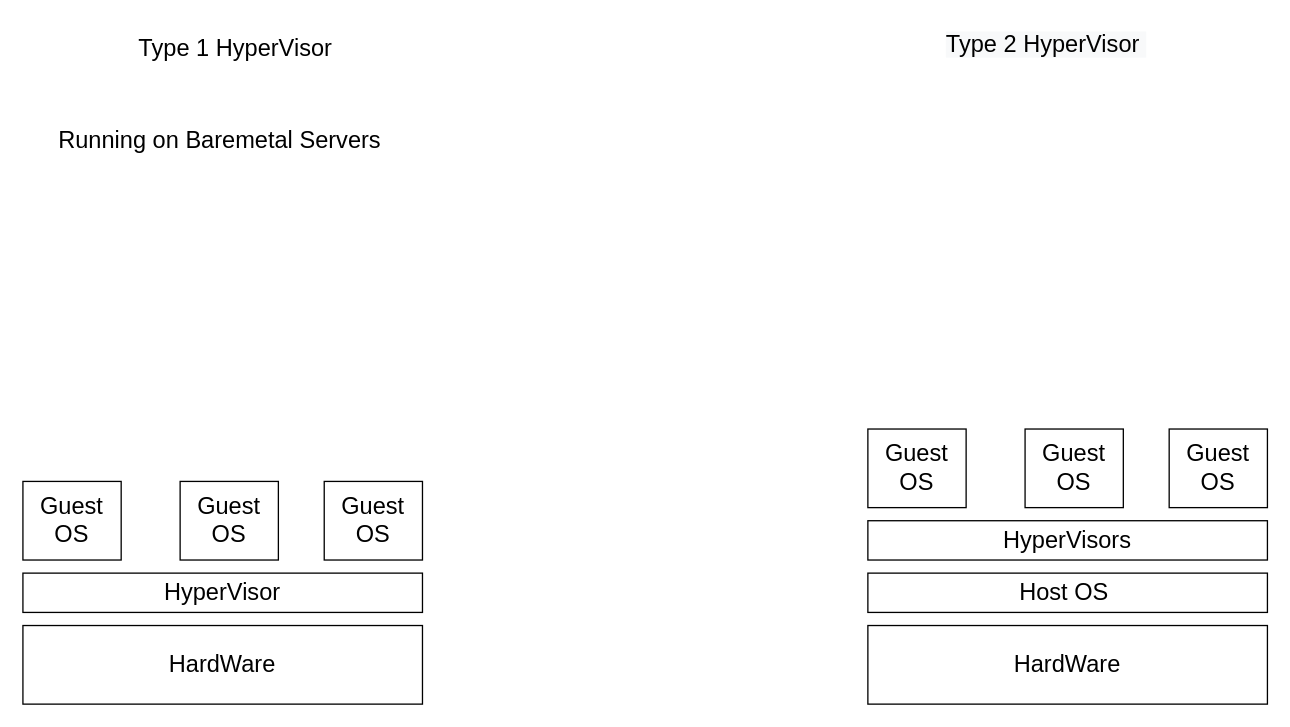
Earlier version of the draw.io diagram Untitled Diagram.drawio (ashutosh-roy/Digrams-Draw.io). Source tidied: cells renumbered, new cells numbered last; positions are measured from the earlier drawing's top-left corner, leaving out a move shared by most shapes. Both pictures are drawn from the tidied source at 131%, with x=0, y=0 at pixel (22, 22).
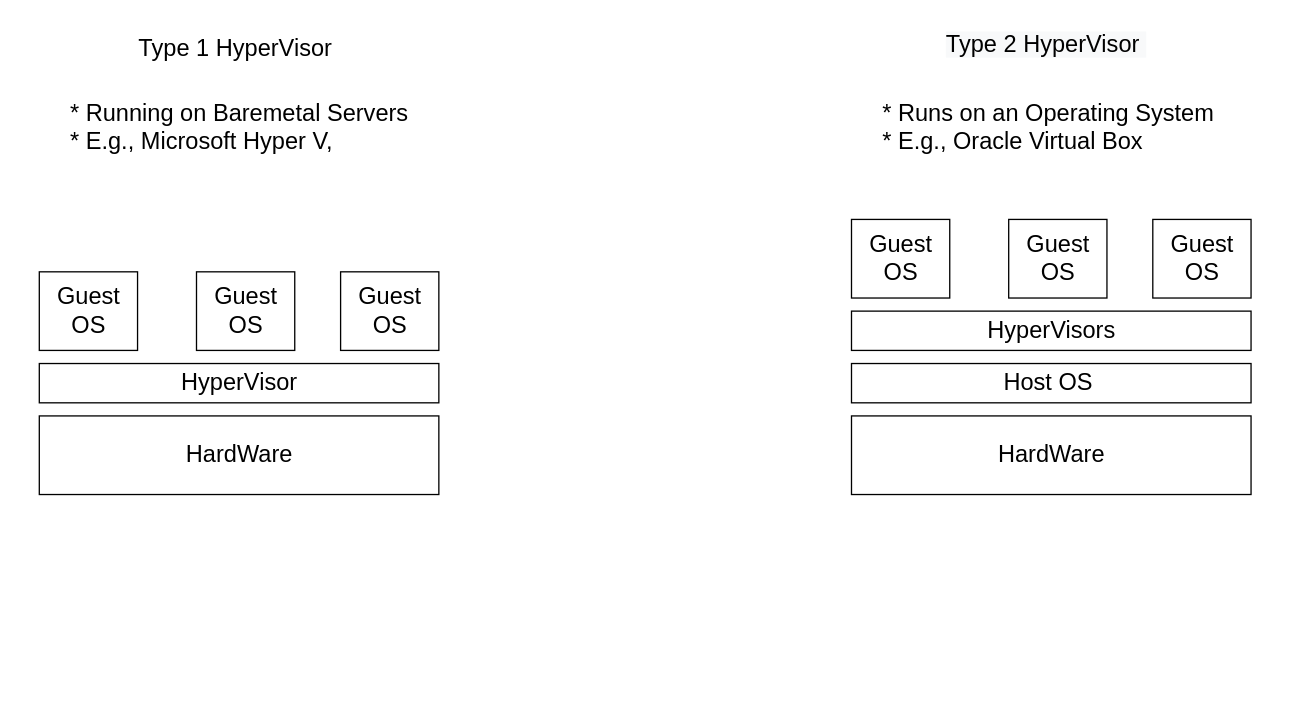
The same page after the edit.

Commit message:
hypervisor diagram added

Change to the diagram source:
```diff
@@
 <mxGraphModel>
   <root>
     <mxCell id="0" />
     <mxCell id="1" parent="0" />
     <mxCell id="2" value="&lt;font style=&quot;font-size: 18px;&quot;&gt;HardWare&lt;/font&gt;" style="rounded=0;whiteSpace=wrap;html=1;" parent="1" vertex="1">
-      <mxGeometry x="645" y="460" width="305" height="60" as="geometry" />
+      <mxGeometry x="632.5" y="300" width="305" height="60" as="geometry" />
     </mxCell>
     <mxCell id="3" value="&lt;font style=&quot;font-size: 18px;&quot;&gt;Type 1 HyperVisor&amp;nbsp;&lt;/font&gt;" style="text;html=1;strokeColor=none;fillColor=none;align=center;verticalAlign=middle;whiteSpace=wrap;rounded=0;" parent="1" vertex="1">
       <mxGeometry x="75" width="180" height="40" as="geometry" />
     </mxCell>
     <mxCell id="4" value="&lt;span style=&quot;color: rgb(0, 0, 0); font-family: Helvetica; font-size: 18px; font-style: normal; font-variant-ligatures: normal; font-variant-caps: normal; font-weight: 400; letter-spacing: normal; orphans: 2; text-align: center; text-indent: 0px; text-transform: none; widows: 2; word-spacing: 0px; -webkit-text-stroke-width: 0px; background-color: rgb(248, 249, 250); text-decoration-thickness: initial; text-decoration-style: initial; text-decoration-color: initial; float: none; display: inline !important;&quot;&gt;Type 2 HyperVisor&amp;nbsp;&lt;/span&gt;" style="text;whiteSpace=wrap;html=1;fontSize=18;" parent="1" vertex="1">
       <mxGeometry x="702.5" width="190" height="50" as="geometry" />
     </mxCell>
     <mxCell id="5" value="Host OS&amp;nbsp;" style="rounded=0;whiteSpace=wrap;html=1;fontSize=18;" parent="1" vertex="1">
-      <mxGeometry x="645" y="420" width="305" height="30" as="geometry" />
+      <mxGeometry x="632.5" y="260" width="305" height="30" as="geometry" />
     </mxCell>
     <mxCell id="6" value="HyperVisors" style="rounded=0;whiteSpace=wrap;html=1;fontSize=18;" parent="1" vertex="1">
-      <mxGeometry x="645" y="380" width="305" height="30" as="geometry" />
+      <mxGeometry x="632.5" y="220" width="305" height="30" as="geometry" />
     </mxCell>
     <mxCell id="7" value="Guest OS" style="rounded=0;whiteSpace=wrap;html=1;fontSize=18;" parent="1" vertex="1">
-      <mxGeometry x="645" y="310" width="75" height="60" as="geometry" />
+      <mxGeometry x="632.5" y="150" width="75" height="60" as="geometry" />
     </mxCell>
     <mxCell id="8" value="Guest OS" style="rounded=0;whiteSpace=wrap;html=1;fontSize=18;" parent="1" vertex="1">
-      <mxGeometry x="765" y="310" width="75" height="60" as="geometry" />
+      <mxGeometry x="752.5" y="150" width="75" height="60" as="geometry" />
     </mxCell>
     <mxCell id="9" value="Guest OS" style="rounded=0;whiteSpace=wrap;html=1;fontSize=18;" parent="1" vertex="1">
-      <mxGeometry x="875" y="310" width="75" height="60" as="geometry" />
+      <mxGeometry x="862.5" y="150" width="75" height="60" as="geometry" />
     </mxCell>
     <mxCell id="10" value="&lt;font style=&quot;font-size: 18px;&quot;&gt;HardWare&lt;/font&gt;" style="rounded=0;whiteSpace=wrap;html=1;" parent="1" vertex="1">
-      <mxGeometry y="460" width="305" height="60" as="geometry" />
+      <mxGeometry x="12.5" y="300" width="305" height="60" as="geometry" />
     </mxCell>
     <mxCell id="11" value="HyperVisor" style="rounded=0;whiteSpace=wrap;html=1;fontSize=18;" parent="1" vertex="1">
-      <mxGeometry y="420" width="305" height="30" as="geometry" />
+      <mxGeometry x="12.5" y="260" width="305" height="30" as="geometry" />
     </mxCell>
     <mxCell id="12" value="Guest OS" style="rounded=0;whiteSpace=wrap;html=1;fontSize=18;" parent="1" vertex="1">
-      <mxGeometry y="350" width="75" height="60" as="geometry" />
+      <mxGeometry x="12.5" y="190" width="75" height="60" as="geometry" />
     </mxCell>
     <mxCell id="13" value="Guest OS" style="rounded=0;whiteSpace=wrap;html=1;fontSize=18;" parent="1" vertex="1">
-      <mxGeometry x="120" y="350" width="75" height="60" as="geometry" />
+      <mxGeometry x="132.5" y="190" width="75" height="60" as="geometry" />
     </mxCell>
     <mxCell id="14" value="Guest OS" style="rounded=0;whiteSpace=wrap;html=1;fontSize=18;" parent="1" vertex="1">
-      <mxGeometry x="230" y="350" width="75" height="60" as="geometry" />
+      <mxGeometry x="242.5" y="190" width="75" height="60" as="geometry" />
     </mxCell>
-    <mxCell id="15" value="Running on Baremetal Servers" style="text;html=1;align=center;verticalAlign=middle;strokeColor=none;fillColor=none;fontSize=18;" parent="1" vertex="1">
-      <mxGeometry x="15" y="70" width="270" height="40" as="geometry" />
+    <mxCell id="15" value="&lt;div style=&quot;text-align: justify;&quot;&gt;&lt;span style=&quot;background-color: initial;&quot;&gt;* Running on Baremetal Servers&lt;/span&gt;&lt;/div&gt;&lt;div style=&quot;text-align: justify;&quot;&gt;&lt;span style=&quot;background-color: initial;&quot;&gt;* E.g., Microsoft Hyper V,&amp;nbsp;&lt;/span&gt;&lt;/div&gt;" style="text;html=1;align=center;verticalAlign=middle;strokeColor=none;fillColor=none;fontSize=18;" parent="1" vertex="1">
+      <mxGeometry x="25" y="50" width="280" height="60" as="geometry" />
     </mxCell>
+    <mxCell id="16" value="&lt;div style=&quot;text-align: justify;&quot;&gt;&lt;span style=&quot;background-color: initial;&quot;&gt;* Runs on an Operating System&amp;nbsp;&lt;/span&gt;&lt;/div&gt;&lt;div style=&quot;text-align: justify;&quot;&gt;&lt;span style=&quot;background-color: initial;&quot;&gt;* E.g., Oracle Virtual Box&lt;/span&gt;&lt;/div&gt;" style="text;html=1;align=center;verticalAlign=middle;strokeColor=none;fillColor=none;fontSize=18;" parent="1" vertex="1">
+      <mxGeometry x="645" y="50" width="280" height="60" as="geometry" />
+    </mxCell>
   </root>
 </mxGraphModel>
```
